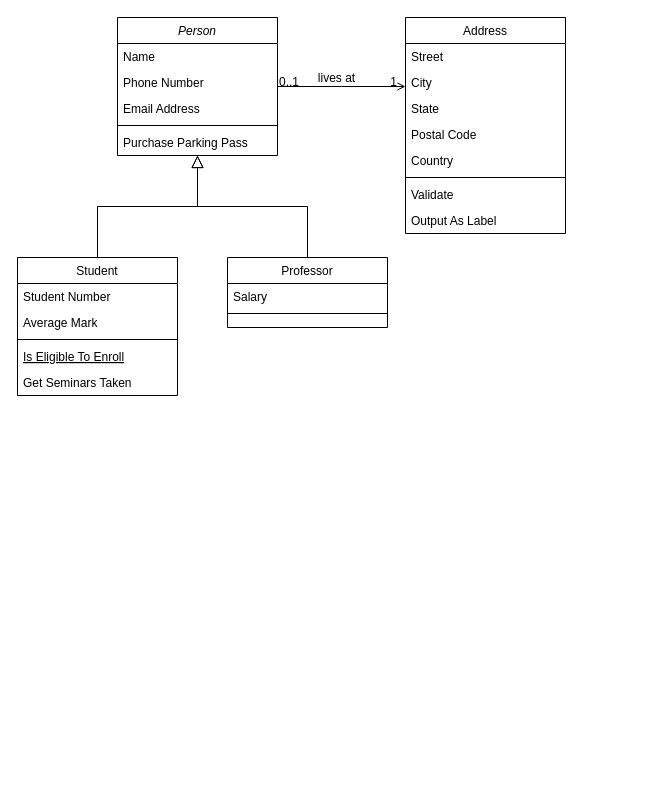
Before: logic.drawio in Yoon805/CsharpProject, a draw.io diagram. Source tidied: cells renumbered, new cells numbered last; positions are measured from the earlier drawing's top-left corner, leaving out a move shared by most shapes. Both pictures are drawn from the tidied source at 100%, with x=0, y=0 at pixel (17, 17).
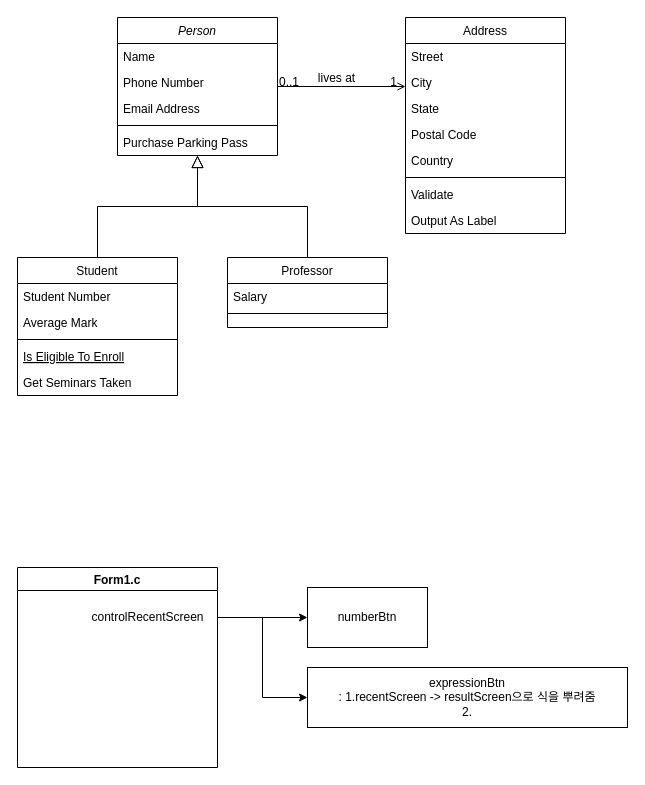
The same diagram, later.

Change to the diagram source:
```diff
@@
+    <mxCell id="32" value="Form1.c" style="swimlane;" parent="1" vertex="1">
+      <mxGeometry y="550" width="200" height="200" as="geometry" />
+    </mxCell>
+    <mxCell id="33" value="controlRecentScreen" style="text;html=1;align=center;verticalAlign=middle;points=[];strokeColor=none;fillColor=none;" parent="32" vertex="1">
+      <mxGeometry x="60" y="35" width="140" height="30" as="geometry" />
+    </mxCell>
+    <mxCell id="34" value="numberBtn" style="whiteSpace=wrap;html=1;" parent="1" vertex="1">
+      <mxGeometry x="290" y="570" width="120" height="60" as="geometry" />
+    </mxCell>
+    <mxCell id="35" style="edgeStyle=orthogonalEdgeStyle;rounded=0;jettySize=auto;html=1;entryX=0;entryY=0.5;entryDx=0;entryDy=0;" parent="1" edge="1" source="33" target="34">
+      <mxGeometry relative="1" as="geometry" />
+    </mxCell>
+    <mxCell id="36" value="expressionBtn&lt;br&gt;: 1.recentScreen -&amp;gt; resultScreen으로 식을 뿌려줌&lt;br&gt;&amp;nbsp;2.&amp;nbsp;" style="whiteSpace=wrap;html=1;" parent="1" vertex="1">
+      <mxGeometry x="290" y="650" width="320" height="60" as="geometry" />
+    </mxCell>
+    <mxCell id="37" style="edgeStyle=orthogonalEdgeStyle;rounded=0;jettySize=auto;html=1;entryX=0;entryY=0.5;entryDx=0;entryDy=0;exitX=1;exitY=0.5;exitDx=0;exitDy=0;exitPerimeter=0;" parent="1" edge="1" source="33" target="36">
+      <mxGeometry relative="1" as="geometry" />
+    </mxCell>
```
